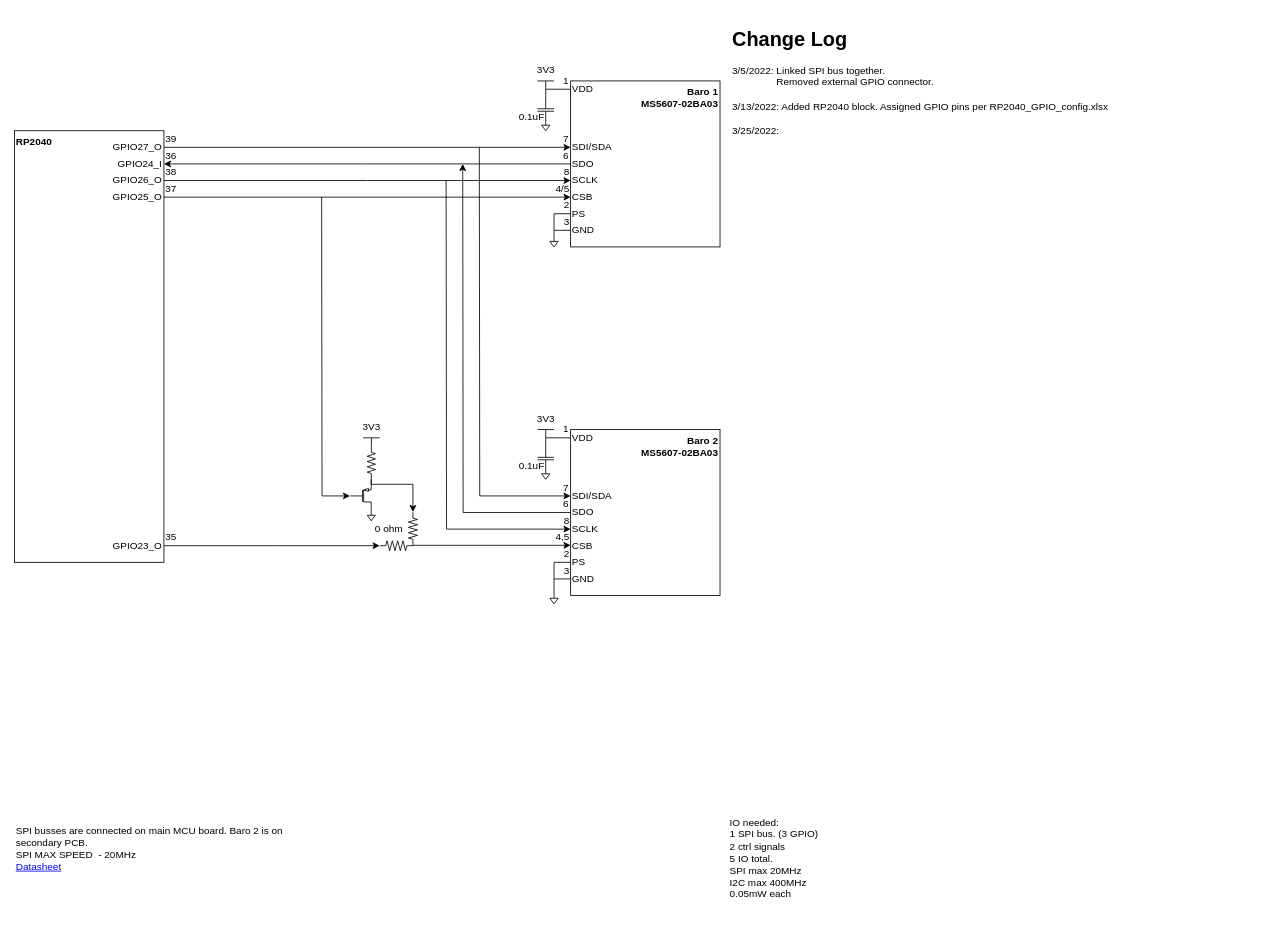
liamherlihy/pleaseGoUp keeps this draw.io diagram as page "Baro Pressue" (7 of 11) of PleaseGoUp_RP2040.drawio. Above is the earlier version. Source tidied: cells renumbered, new cells numbered last; positions are measured from the earlier drawing's top-left corner, leaving out a move shared by most shapes. Both pictures are drawn from the tidied source at 83%, with x=0, y=0 at pixel (14, 22).
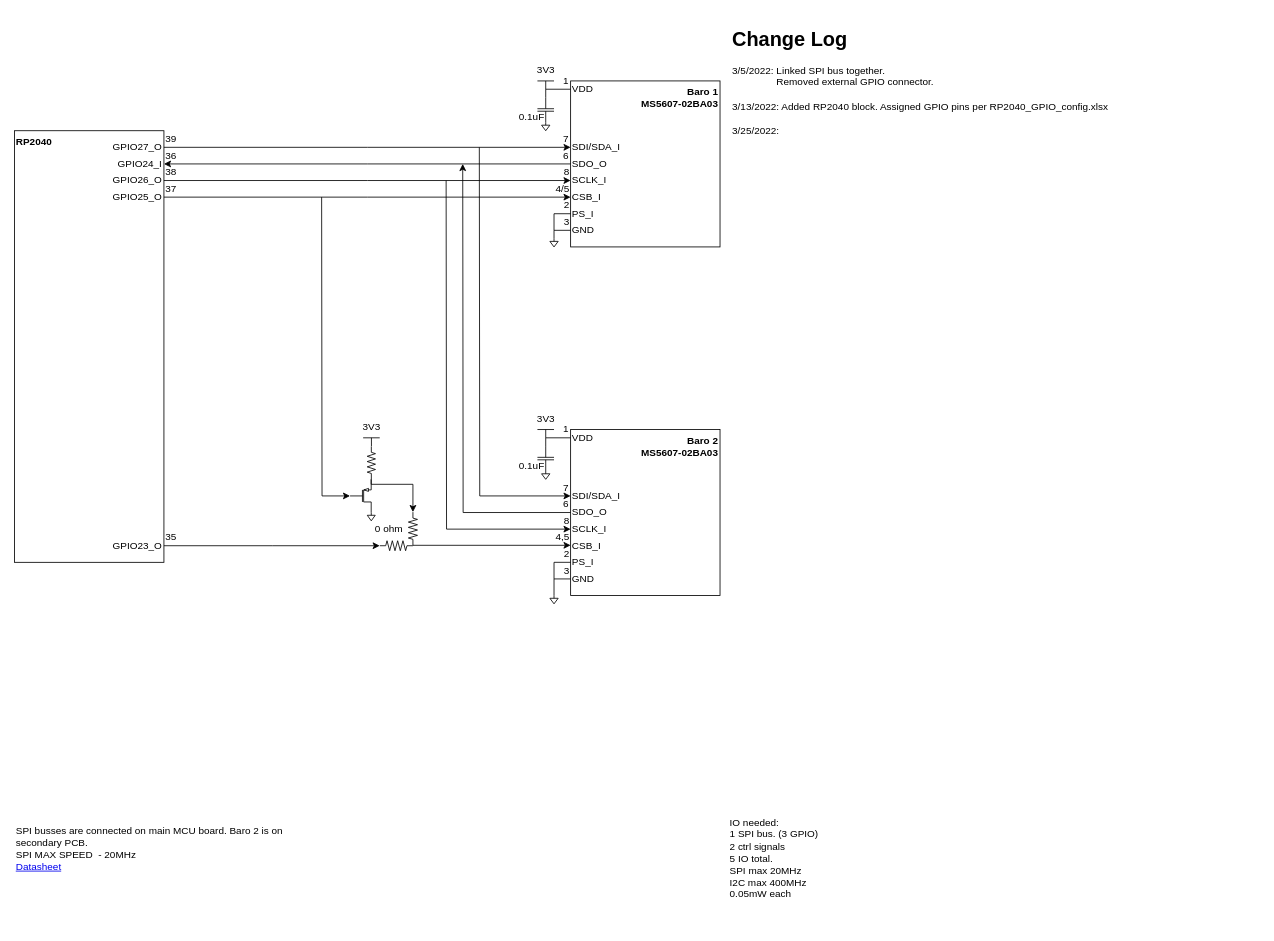
Above is the later version.

Diff of the diagram source:
```diff
@@
-    <mxCell id="13" value="PS" style="text;html=1;strokeColor=none;fillColor=none;align=left;verticalAlign=middle;whiteSpace=wrap;rounded=0;fontSize=12;" parent="1" vertex="1">
+    <mxCell id="13" value="PS_I" style="text;html=1;strokeColor=none;fillColor=none;align=left;verticalAlign=middle;whiteSpace=wrap;rounded=0;fontSize=12;" parent="1" vertex="1">
       <mxGeometry x="670" y="640" width="120" height="20" as="geometry" />
     </mxCell>
@@
-    <mxCell id="17" value="CSB" style="text;html=1;strokeColor=none;fillColor=none;align=left;verticalAlign=middle;whiteSpace=wrap;rounded=0;fontSize=12;" parent="1" vertex="1">
+    <mxCell id="17" value="CSB_I" style="text;html=1;strokeColor=none;fillColor=none;align=left;verticalAlign=middle;whiteSpace=wrap;rounded=0;fontSize=12;" parent="1" vertex="1">
       <mxGeometry x="670" y="620" width="120" height="20" as="geometry" />
     </mxCell>
@@
-    <mxCell id="19" value="SDO" style="text;html=1;strokeColor=none;fillColor=none;align=left;verticalAlign=middle;whiteSpace=wrap;rounded=0;fontSize=12;" parent="1" vertex="1">
+    <mxCell id="19" value="SDO_O" style="text;html=1;strokeColor=none;fillColor=none;align=left;verticalAlign=middle;whiteSpace=wrap;rounded=0;fontSize=12;" parent="1" vertex="1">
       <mxGeometry x="670" y="580" width="120" height="20" as="geometry" />
     </mxCell>
@@
-    <mxCell id="21" value="SDI/SDA" style="text;html=1;strokeColor=none;fillColor=none;align=left;verticalAlign=middle;whiteSpace=wrap;rounded=0;fontSize=12;" parent="1" vertex="1">
+    <mxCell id="21" value="SDI/SDA_I" style="text;html=1;strokeColor=none;fillColor=none;align=left;verticalAlign=middle;whiteSpace=wrap;rounded=0;fontSize=12;" parent="1" vertex="1">
       <mxGeometry x="670" y="560" width="120" height="20" as="geometry" />
     </mxCell>
@@
-    <mxCell id="23" value="SCLK" style="text;html=1;strokeColor=none;fillColor=none;align=left;verticalAlign=middle;whiteSpace=wrap;rounded=0;fontSize=12;" parent="1" vertex="1">
+    <mxCell id="23" value="SCLK_I" style="text;html=1;strokeColor=none;fillColor=none;align=left;verticalAlign=middle;whiteSpace=wrap;rounded=0;fontSize=12;" parent="1" vertex="1">
       <mxGeometry x="670" y="600" width="120" height="20" as="geometry" />
     </mxCell>
@@
-    <mxCell id="34" value="PS" style="text;html=1;strokeColor=none;fillColor=none;align=left;verticalAlign=middle;whiteSpace=wrap;rounded=0;fontSize=12;" parent="1" vertex="1">
+    <mxCell id="34" value="PS_I" style="text;html=1;strokeColor=none;fillColor=none;align=left;verticalAlign=middle;whiteSpace=wrap;rounded=0;fontSize=12;" parent="1" vertex="1">
       <mxGeometry x="670" y="220" width="120" height="20" as="geometry" />
     </mxCell>
@@
-    <mxCell id="38" value="CSB" style="text;html=1;strokeColor=none;fillColor=none;align=left;verticalAlign=middle;whiteSpace=wrap;rounded=0;fontSize=12;" parent="1" vertex="1">
+    <mxCell id="38" value="CSB_I" style="text;html=1;strokeColor=none;fillColor=none;align=left;verticalAlign=middle;whiteSpace=wrap;rounded=0;fontSize=12;" parent="1" vertex="1">
       <mxGeometry x="670" y="200" width="120" height="20" as="geometry" />
     </mxCell>
@@
-    <mxCell id="40" value="SDO" style="text;html=1;strokeColor=none;fillColor=none;align=left;verticalAlign=middle;whiteSpace=wrap;rounded=0;fontSize=12;" parent="1" vertex="1">
+    <mxCell id="40" value="SDO_O" style="text;html=1;strokeColor=none;fillColor=none;align=left;verticalAlign=middle;whiteSpace=wrap;rounded=0;fontSize=12;" parent="1" vertex="1">
       <mxGeometry x="670" y="160" width="120" height="20" as="geometry" />
     </mxCell>
@@
-    <mxCell id="42" value="SDI/SDA" style="text;html=1;strokeColor=none;fillColor=none;align=left;verticalAlign=middle;whiteSpace=wrap;rounded=0;fontSize=12;" parent="1" vertex="1">
+    <mxCell id="42" value="SDI/SDA_I" style="text;html=1;strokeColor=none;fillColor=none;align=left;verticalAlign=middle;whiteSpace=wrap;rounded=0;fontSize=12;" parent="1" vertex="1">
       <mxGeometry x="670" y="140" width="120" height="20" as="geometry" />
     </mxCell>
@@
-    <mxCell id="44" value="SCLK" style="text;html=1;strokeColor=none;fillColor=none;align=left;verticalAlign=middle;whiteSpace=wrap;rounded=0;fontSize=12;" parent="1" vertex="1">
+    <mxCell id="44" value="SCLK_I" style="text;html=1;strokeColor=none;fillColor=none;align=left;verticalAlign=middle;whiteSpace=wrap;rounded=0;fontSize=12;" parent="1" vertex="1">
       <mxGeometry x="670" y="180" width="120" height="20" as="geometry" />
     </mxCell>
```
